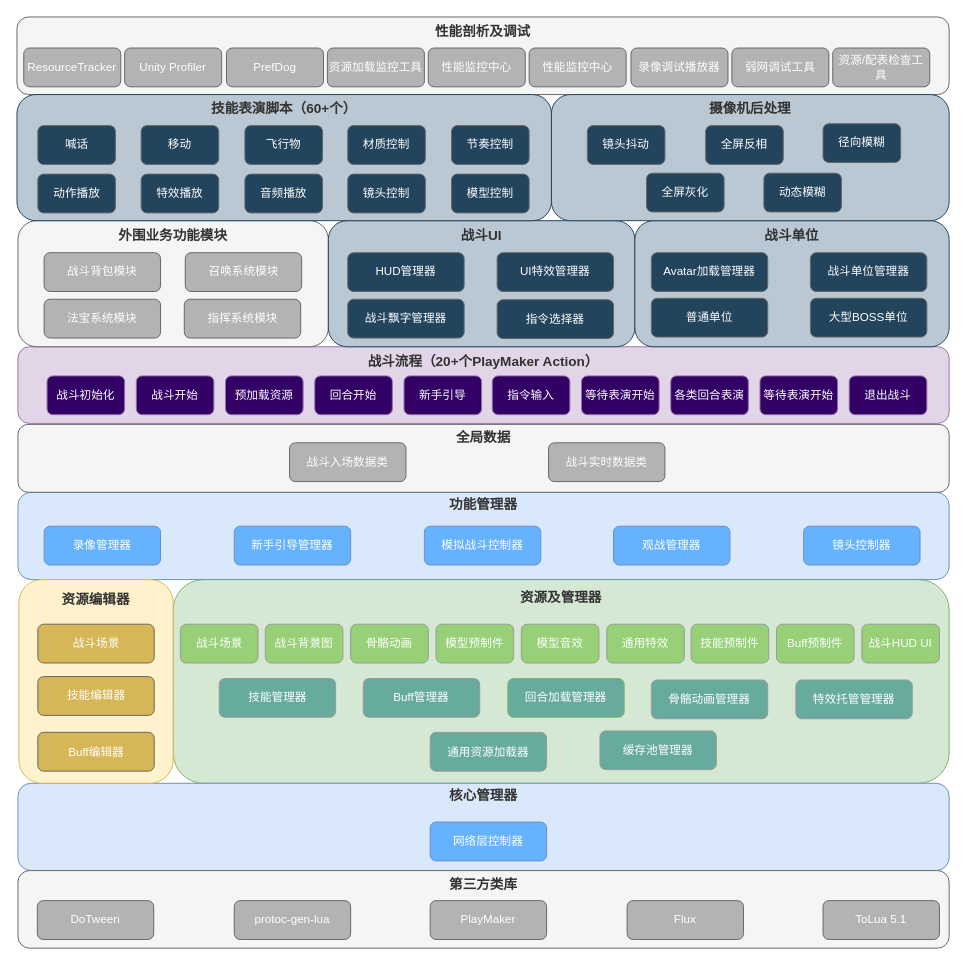
The draw.io diagram 战斗架构图.drawio in leoin2012/draw.io.files, before the edit. Source tidied: cells renumbered, new cells numbered last; positions are measured from the earlier drawing's top-left corner, leaving out a move shared by most shapes. Both pictures are drawn from the tidied source at 97%, with x=0, y=0 at pixel (16, 16).
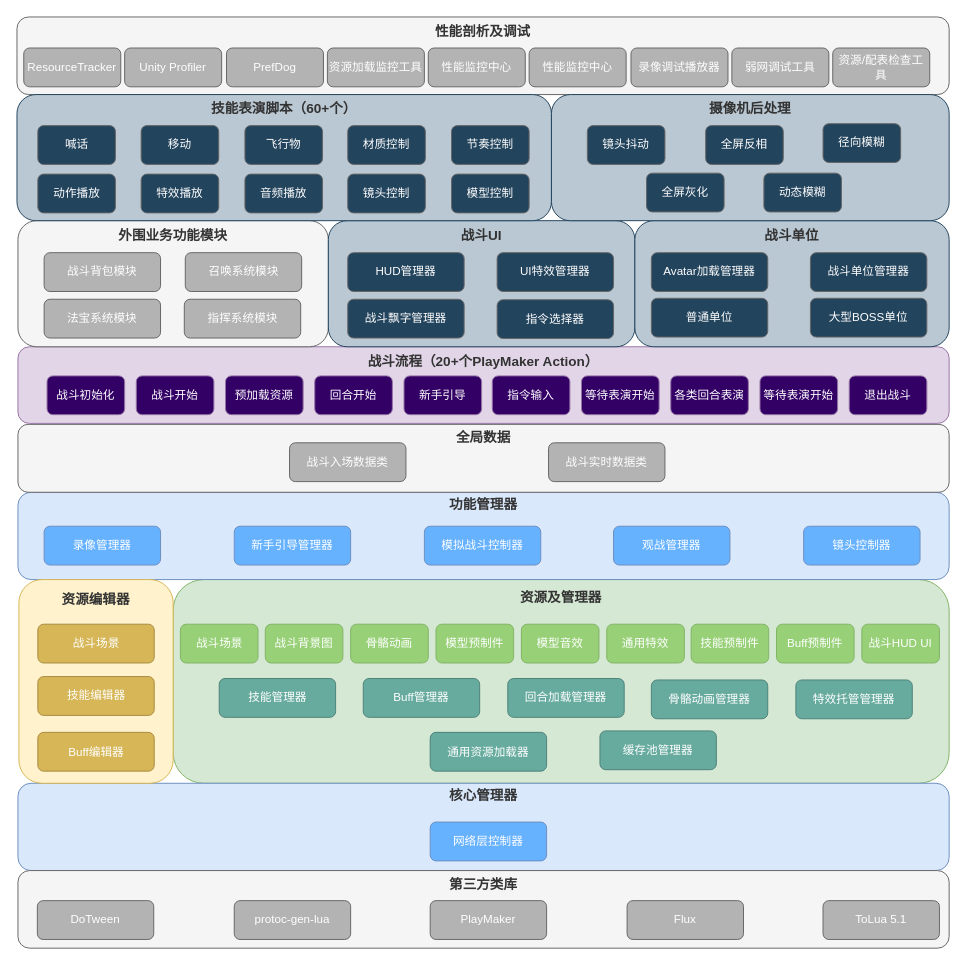
The same page after the edit.

Commit message (it also covers changes not shown here):
已添加 战斗架构图.drawio

Diff of the diagram source:
```diff
@@
-    <mxCell id="5" value="&lt;font color=&quot;#ffffff&quot;&gt;骨骼动画管理器&lt;/font&gt;" style="rounded=1;whiteSpace=wrap;html=1;fillColor=#67AB9F;strokeColor=#999999;" parent="1" vertex="1">
+    <mxCell id="5" value="&lt;font color=&quot;#ffffff&quot;&gt;骨骼动画管理器&lt;/font&gt;" style="rounded=1;whiteSpace=wrap;html=1;fillColor=#67AB9F;strokeColor=#4D8077;" parent="1" vertex="1">
       <mxGeometry x="654" y="683.5" width="120" height="40" as="geometry" />
     </mxCell>
-    <mxCell id="6" value="&lt;font color=&quot;#ffffff&quot;&gt;缓存池管理器&lt;/font&gt;" style="rounded=1;whiteSpace=wrap;html=1;fillColor=#67AB9F;strokeColor=#999999;" parent="1" vertex="1">
+    <mxCell id="6" value="&lt;font color=&quot;#ffffff&quot;&gt;缓存池管理器&lt;/font&gt;" style="rounded=1;whiteSpace=wrap;html=1;fillColor=#67AB9F;strokeColor=#4D8077;" parent="1" vertex="1">
       <mxGeometry x="601" y="736" width="120" height="40" as="geometry" />
     </mxCell>
-    <mxCell id="7" value="&lt;font color=&quot;#ffffff&quot;&gt;回合加载管理器&lt;/font&gt;" style="rounded=1;whiteSpace=wrap;html=1;fillColor=#67AB9F;strokeColor=#82b366;" parent="1" vertex="1">
+    <mxCell id="7" value="&lt;font color=&quot;#ffffff&quot;&gt;回合加载管理器&lt;/font&gt;" style="rounded=1;whiteSpace=wrap;html=1;fillColor=#67AB9F;strokeColor=#4D8077;" parent="1" vertex="1">
       <mxGeometry x="506" y="682" width="120" height="40" as="geometry" />
     </mxCell>
@@
-    <mxCell id="9" value="&lt;font color=&quot;#ffffff&quot;&gt;特效托管管理器&lt;/font&gt;" style="rounded=1;whiteSpace=wrap;html=1;fillColor=#67AB9F;strokeColor=#999999;" parent="1" vertex="1">
+    <mxCell id="9" value="&lt;font color=&quot;#ffffff&quot;&gt;特效托管管理器&lt;/font&gt;" style="rounded=1;whiteSpace=wrap;html=1;fillColor=#67AB9F;strokeColor=#4D8077;" parent="1" vertex="1">
       <mxGeometry x="803" y="683.5" width="120" height="40" as="geometry" />
     </mxCell>
@@
-    <mxCell id="15" value="&lt;font color=&quot;#ffffff&quot;&gt;骨骼动画&lt;/font&gt;" style="rounded=1;whiteSpace=wrap;html=1;fillColor=#97D077;strokeColor=#999999;" parent="1" vertex="1">
+    <mxCell id="15" value="&lt;font color=&quot;#ffffff&quot;&gt;骨骼动画&lt;/font&gt;" style="rounded=1;whiteSpace=wrap;html=1;fillColor=#97D077;strokeColor=#82B366;" parent="1" vertex="1">
       <mxGeometry x="344" y="626" width="80" height="40" as="geometry" />
     </mxCell>
-    <mxCell id="16" value="&lt;font color=&quot;#ffffff&quot;&gt;模型预制件&lt;/font&gt;" style="rounded=1;whiteSpace=wrap;html=1;fillColor=#97D077;strokeColor=#999999;" parent="1" vertex="1">
+    <mxCell id="16" value="&lt;font color=&quot;#ffffff&quot;&gt;模型预制件&lt;/font&gt;" style="rounded=1;whiteSpace=wrap;html=1;fillColor=#97D077;strokeColor=#82B366;" parent="1" vertex="1">
       <mxGeometry x="432" y="626" width="80" height="40" as="geometry" />
     </mxCell>
-    <mxCell id="17" value="&lt;font color=&quot;#ffffff&quot;&gt;Buff预制件&lt;/font&gt;" style="rounded=1;whiteSpace=wrap;html=1;fillColor=#97D077;strokeColor=#999999;" parent="1" vertex="1">
+    <mxCell id="17" value="&lt;font color=&quot;#ffffff&quot;&gt;Buff预制件&lt;/font&gt;" style="rounded=1;whiteSpace=wrap;html=1;fillColor=#97D077;strokeColor=#82B366;" parent="1" vertex="1">
       <mxGeometry x="783" y="626" width="80" height="40" as="geometry" />
     </mxCell>
-    <mxCell id="18" value="&lt;font color=&quot;#ffffff&quot;&gt;通用特效&lt;/font&gt;" style="rounded=1;whiteSpace=wrap;html=1;fillColor=#97D077;strokeColor=#999999;" parent="1" vertex="1">
+    <mxCell id="18" value="&lt;font color=&quot;#ffffff&quot;&gt;通用特效&lt;/font&gt;" style="rounded=1;whiteSpace=wrap;html=1;fillColor=#97D077;strokeColor=#82B366;" parent="1" vertex="1">
       <mxGeometry x="608" y="626" width="80" height="40" as="geometry" />
     </mxCell>
-    <mxCell id="19" value="&lt;font color=&quot;#ffffff&quot;&gt;战斗场景&lt;/font&gt;" style="rounded=1;whiteSpace=wrap;html=1;fillColor=#97D077;strokeColor=#999999;" parent="1" vertex="1">
+    <mxCell id="19" value="&lt;font color=&quot;#ffffff&quot;&gt;战斗场景&lt;/font&gt;" style="rounded=1;whiteSpace=wrap;html=1;fillColor=#97D077;strokeColor=#82B366;" parent="1" vertex="1">
       <mxGeometry x="168.5" y="626" width="80" height="40" as="geometry" />
     </mxCell>
-    <mxCell id="20" value="&lt;font color=&quot;#ffffff&quot;&gt;技能预制件&lt;/font&gt;" style="rounded=1;whiteSpace=wrap;html=1;fillColor=#97D077;strokeColor=#999999;" parent="1" vertex="1">
+    <mxCell id="20" value="&lt;font color=&quot;#ffffff&quot;&gt;技能预制件&lt;/font&gt;" style="rounded=1;whiteSpace=wrap;html=1;fillColor=#97D077;strokeColor=#82B366;" parent="1" vertex="1">
       <mxGeometry x="695" y="626" width="80" height="40" as="geometry" />
     </mxCell>
-    <mxCell id="21" value="&lt;font color=&quot;#ffffff&quot;&gt;战斗HUD UI&lt;br&gt;&lt;/font&gt;" style="rounded=1;whiteSpace=wrap;html=1;fillColor=#97D077;strokeColor=#999999;" parent="1" vertex="1">
+    <mxCell id="21" value="&lt;font color=&quot;#ffffff&quot;&gt;战斗HUD UI&lt;br&gt;&lt;/font&gt;" style="rounded=1;whiteSpace=wrap;html=1;fillColor=#97D077;strokeColor=#82B366;" parent="1" vertex="1">
       <mxGeometry x="871" y="626" width="80" height="40" as="geometry" />
     </mxCell>
-    <mxCell id="22" value="&lt;font color=&quot;#ffffff&quot;&gt;战斗背景图&lt;/font&gt;" style="rounded=1;whiteSpace=wrap;html=1;fillColor=#97D077;strokeColor=#999999;" parent="1" vertex="1">
+    <mxCell id="22" value="&lt;font color=&quot;#ffffff&quot;&gt;战斗背景图&lt;/font&gt;" style="rounded=1;whiteSpace=wrap;html=1;fillColor=#97D077;strokeColor=#82B366;" parent="1" vertex="1">
       <mxGeometry x="256" y="626" width="80" height="40" as="geometry" />
     </mxCell>
-    <mxCell id="23" value="&lt;font color=&quot;#ffffff&quot;&gt;模型音效&lt;/font&gt;" style="rounded=1;whiteSpace=wrap;html=1;fillColor=#97D077;strokeColor=#999999;" parent="1" vertex="1">
+    <mxCell id="23" value="&lt;font color=&quot;#ffffff&quot;&gt;模型音效&lt;/font&gt;" style="rounded=1;whiteSpace=wrap;html=1;fillColor=#97D077;strokeColor=#82B366;" parent="1" vertex="1">
       <mxGeometry x="520" y="626" width="80" height="40" as="geometry" />
     </mxCell>
-    <mxCell id="24" value="&lt;font color=&quot;#ffffff&quot;&gt;通用资源加载器&lt;/font&gt;" style="rounded=1;whiteSpace=wrap;html=1;fillColor=#67AB9F;strokeColor=#999999;" parent="1" vertex="1">
+    <mxCell id="24" value="&lt;font color=&quot;#ffffff&quot;&gt;通用资源加载器&lt;/font&gt;" style="rounded=1;whiteSpace=wrap;html=1;fillColor=#67AB9F;strokeColor=#4D8077;" parent="1" vertex="1">
       <mxGeometry x="426" y="737.5" width="120" height="40" as="geometry" />
     </mxCell>
@@
-    <mxCell id="46" value="&lt;font color=&quot;#ffffff&quot;&gt;战斗场景&lt;/font&gt;" style="rounded=1;whiteSpace=wrap;html=1;fillColor=#D6B656;strokeColor=#666666;" parent="1" vertex="1">
+    <mxCell id="46" value="&lt;font color=&quot;#ffffff&quot;&gt;战斗场景&lt;/font&gt;" style="rounded=1;whiteSpace=wrap;html=1;fillColor=#D6B656;strokeColor=#A68C42;" parent="1" vertex="1">
       <mxGeometry x="21.5" y="626" width="120" height="40" as="geometry" />
     </mxCell>
-    <mxCell id="47" value="&lt;font color=&quot;#ffffff&quot;&gt;技能编辑器&lt;/font&gt;" style="rounded=1;whiteSpace=wrap;html=1;fillColor=#D6B656;strokeColor=#666666;fontColor=#ffffff;" parent="1" vertex="1">
+    <mxCell id="47" value="&lt;font color=&quot;#ffffff&quot;&gt;技能编辑器&lt;/font&gt;" style="rounded=1;whiteSpace=wrap;html=1;fillColor=#D6B656;strokeColor=#A68C42;fontColor=#ffffff;" parent="1" vertex="1">
       <mxGeometry x="21.5" y="680" width="120" height="40" as="geometry" />
     </mxCell>
-    <mxCell id="48" value="&lt;font color=&quot;#ffffff&quot;&gt;Buff编辑器&lt;/font&gt;" style="rounded=1;whiteSpace=wrap;html=1;fillColor=#D6B656;strokeColor=#666666;fontColor=#ffffff;" parent="1" vertex="1">
+    <mxCell id="48" value="&lt;font color=&quot;#ffffff&quot;&gt;Buff编辑器&lt;/font&gt;" style="rounded=1;whiteSpace=wrap;html=1;fillColor=#D6B656;strokeColor=#A68C42;fontColor=#ffffff;" parent="1" vertex="1">
       <mxGeometry x="21.5" y="737.5" width="120" height="40" as="geometry" />
     </mxCell>
@@
-    <mxCell id="91" value="&lt;font color=&quot;#ffffff&quot;&gt;Buff管理器&lt;/font&gt;" style="rounded=1;whiteSpace=wrap;html=1;fillColor=#67AB9F;strokeColor=#999999;" parent="1" vertex="1">
+    <mxCell id="91" value="&lt;font color=&quot;#ffffff&quot;&gt;Buff管理器&lt;/font&gt;" style="rounded=1;whiteSpace=wrap;html=1;fillColor=#67AB9F;strokeColor=#4D8077;" parent="1" vertex="1">
       <mxGeometry x="357" y="682" width="120" height="40" as="geometry" />
     </mxCell>
-    <mxCell id="92" value="&lt;font color=&quot;#ffffff&quot;&gt;技能管理器&lt;/font&gt;" style="rounded=1;whiteSpace=wrap;html=1;fillColor=#67AB9F;strokeColor=#999999;" parent="1" vertex="1">
+    <mxCell id="92" value="&lt;font color=&quot;#ffffff&quot;&gt;技能管理器&lt;/font&gt;" style="rounded=1;whiteSpace=wrap;html=1;fillColor=#67AB9F;strokeColor=#4D8077;" parent="1" vertex="1">
       <mxGeometry x="208.5" y="682" width="120" height="40" as="geometry" />
     </mxCell>
```
